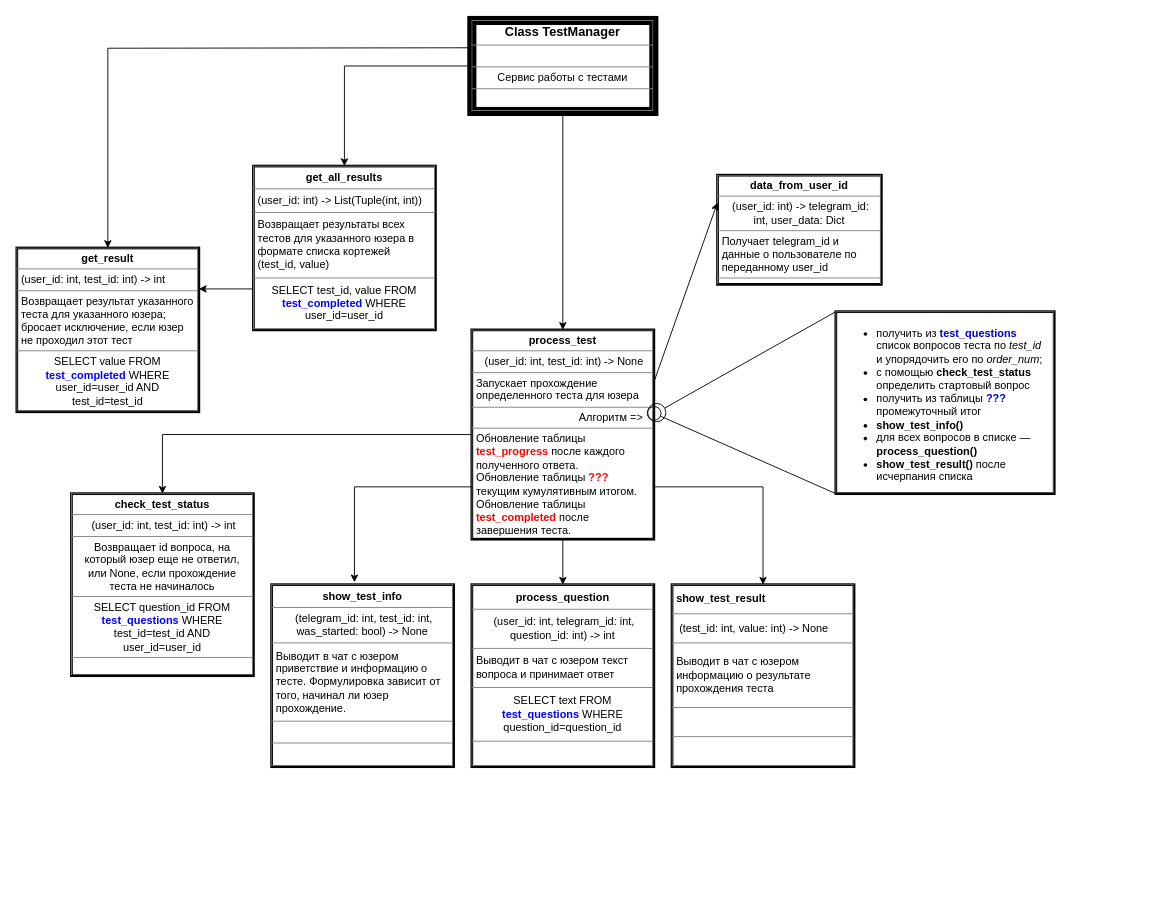
Above: docs/tests-architecture.drawio in Studio-Yandex-Practicum/bmc_companion_bot (draw.io), before the change. Source tidied: cells renumbered, new cells numbered last; positions are measured from the earlier drawing's top-left corner, leaving out a move shared by most shapes. Both pictures are drawn from the tidied source at 91%, with x=0, y=0 at pixel (16, 20).
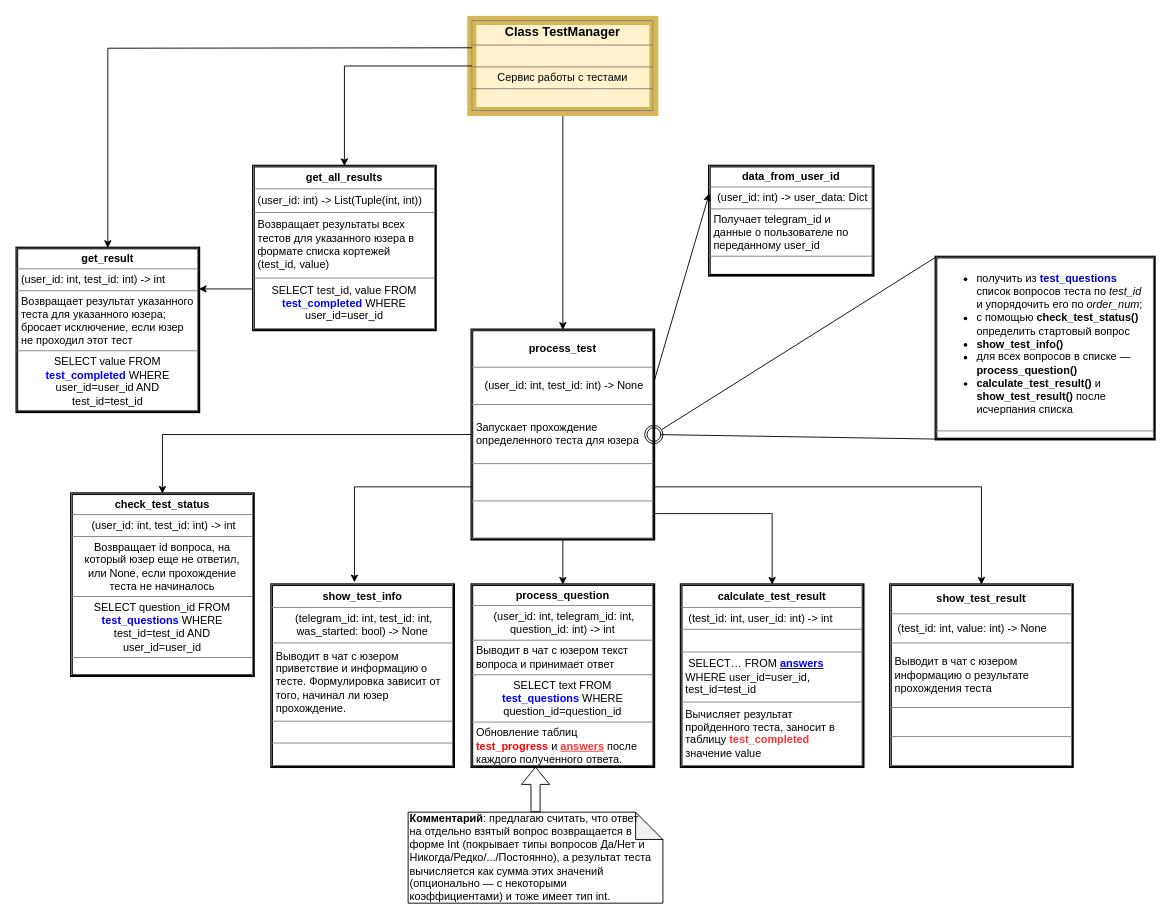
After the change.

Commit message:
docs: обновлен черновик архитектуры сервиса тестов

The edit, as a diff of the source:
```diff
@@
-    <mxCell id="3" value="&lt;table style=&quot;width:100%;height:100%;border-collapse:collapse;&quot; width=&quot;100%&quot; height=&quot;100%&quot; cellpadding=&quot;4&quot; border=&quot;1&quot;&gt;&lt;tbody&gt;&lt;tr&gt;&lt;th align=&quot;center&quot;&gt;data_from_user_id&lt;/th&gt;&lt;/tr&gt;&lt;tr align=&quot;center&quot;&gt;&lt;td&gt;&amp;nbsp;(user_id: int) -&amp;gt; telegram_id: int, user_data: Dict&lt;br&gt;&lt;/td&gt;&lt;/tr&gt;&lt;tr&gt;&lt;td&gt;&lt;div align=&quot;left&quot;&gt;Получает telegram_id и данные о пользователе по переданному user_id&lt;/div&gt;&lt;/td&gt;&lt;/tr&gt;&lt;tr&gt;&lt;td align=&quot;center&quot;&gt;&lt;br&gt;&lt;/td&gt;&lt;/tr&gt;&lt;/tbody&gt;&lt;/table&gt;" style="text;html=1;whiteSpace=wrap;strokeColor=default;fillColor=none;overflow=fill;strokeWidth=3;" parent="1" vertex="1">
-      <mxGeometry x="770" y="170" width="180" height="120" as="geometry" />
+    <mxCell id="3" value="&lt;table style=&quot;width:100%;height:100%;border-collapse:collapse;&quot; width=&quot;100%&quot; height=&quot;100%&quot; cellpadding=&quot;4&quot; border=&quot;1&quot;&gt;&lt;tbody&gt;&lt;tr&gt;&lt;th align=&quot;center&quot;&gt;data_from_user_id&lt;/th&gt;&lt;/tr&gt;&lt;tr align=&quot;center&quot;&gt;&lt;td&gt;&amp;nbsp;(user_id: int) -&amp;gt; user_data: Dict&lt;br&gt;&lt;/td&gt;&lt;/tr&gt;&lt;tr&gt;&lt;td&gt;&lt;div align=&quot;left&quot;&gt;Получает telegram_id и данные о пользователе по переданному user_id&lt;/div&gt;&lt;/td&gt;&lt;/tr&gt;&lt;tr&gt;&lt;td align=&quot;center&quot;&gt;&lt;br&gt;&lt;/td&gt;&lt;/tr&gt;&lt;/tbody&gt;&lt;/table&gt;" style="text;html=1;whiteSpace=wrap;strokeColor=default;fillColor=none;overflow=fill;strokeWidth=3;" parent="1" vertex="1">
+      <mxGeometry x="761" y="160" width="180" height="120" as="geometry" />
     </mxCell>
@@
-    <mxCell id="6" value="&lt;table style=&quot;width:100%;height:100%;border-collapse:collapse;&quot; width=&quot;100%&quot; height=&quot;100%&quot; cellpadding=&quot;4&quot; border=&quot;1&quot;&gt;&lt;tbody&gt;&lt;tr&gt;&lt;th align=&quot;center&quot;&gt;process_question&lt;/th&gt;&lt;/tr&gt;&lt;tr align=&quot;center&quot;&gt;&lt;td&gt;&amp;nbsp;(user_id: int, telegram_id: int, question_id: int) -&amp;gt; int&lt;br&gt;&lt;/td&gt;&lt;/tr&gt;&lt;tr align=&quot;left&quot;&gt;&lt;td&gt;Выводит в чат с юзером текст вопроса и принимает ответ&lt;br&gt;&lt;/td&gt;&lt;/tr&gt;&lt;tr&gt;&lt;td align=&quot;center&quot;&gt;&lt;span lang=&quot;EN-US&quot;&gt;SELECT text FROM &lt;font color=&quot;#0000FF&quot;&gt;&lt;b&gt;test_questions&lt;/b&gt;&lt;/font&gt; WHERE question_id=question_id&lt;br&gt;&lt;/span&gt;&lt;/td&gt;&lt;/tr&gt;&lt;tr&gt;&lt;td&gt;&lt;br&gt;&lt;/td&gt;&lt;/tr&gt;&lt;/tbody&gt;&lt;/table&gt;" style="text;html=1;whiteSpace=wrap;strokeColor=default;fillColor=none;overflow=fill;strokeWidth=3;" parent="1" vertex="1">
+    <mxCell id="6" value="&lt;table style=&quot;width:100%;height:100%;border-collapse:collapse;&quot; width=&quot;100%&quot; height=&quot;100%&quot; cellpadding=&quot;4&quot; border=&quot;1&quot;&gt;&lt;tbody&gt;&lt;tr&gt;&lt;th align=&quot;center&quot;&gt;process_question&lt;/th&gt;&lt;/tr&gt;&lt;tr align=&quot;center&quot;&gt;&lt;td&gt;&amp;nbsp;(user_id: int, telegram_id: int, question_id: int) -&amp;gt; int&lt;br&gt;&lt;/td&gt;&lt;/tr&gt;&lt;tr align=&quot;left&quot;&gt;&lt;td&gt;Выводит в чат с юзером текст вопроса и принимает ответ&lt;br&gt;&lt;/td&gt;&lt;/tr&gt;&lt;tr&gt;&lt;td align=&quot;center&quot;&gt;&lt;span lang=&quot;EN-US&quot;&gt;SELECT text FROM &lt;font color=&quot;#0000FF&quot;&gt;&lt;b&gt;test_questions&lt;/b&gt;&lt;/font&gt; WHERE question_id=question_id&lt;br&gt;&lt;/span&gt;&lt;/td&gt;&lt;/tr&gt;&lt;tr&gt;&lt;td&gt;Обновление таблиц &lt;br&gt;&lt;font color=&quot;#FF0000&quot;&gt;&lt;b&gt;test_progress&lt;/b&gt;&lt;/font&gt; и &lt;font color=&quot;#FF3333&quot;&gt;&lt;b&gt;&lt;u&gt;answers&lt;/u&gt;&lt;/b&gt;&lt;/font&gt; после каждого полученного ответа.&lt;/td&gt;&lt;/tr&gt;&lt;/tbody&gt;&lt;/table&gt;" style="text;html=1;whiteSpace=wrap;strokeColor=default;fillColor=none;overflow=fill;strokeWidth=3;" parent="1" vertex="1">
       <mxGeometry x="500" y="620" width="200" height="200" as="geometry" />
     </mxCell>
@@
-    <mxCell id="10" value="&lt;table style=&quot;width:100%;height:100%;border-collapse:collapse;&quot; width=&quot;100%&quot; height=&quot;100%&quot; cellpadding=&quot;4&quot; border=&quot;1&quot;&gt;&lt;tbody&gt;&lt;tr&gt;&lt;th align=&quot;center&quot;&gt;process_test&lt;/th&gt;&lt;/tr&gt;&lt;tr align=&quot;center&quot;&gt;&lt;td&gt;&amp;nbsp;(user_id: int, test_id: int) -&amp;gt; None&lt;br&gt;&lt;/td&gt;&lt;/tr&gt;&lt;tr align=&quot;left&quot;&gt;&lt;td&gt;Запускает прохождение определенного теста для юзера&lt;br&gt;&lt;/td&gt;&lt;/tr&gt;&lt;tr align=&quot;right&quot;&gt;&lt;td&gt;&lt;span lang=&quot;EN-US&quot;&gt;Алгоритм =&amp;gt;&amp;nbsp;&amp;nbsp; &lt;br&gt;&lt;/span&gt;&lt;/td&gt;&lt;/tr&gt;&lt;tr&gt;&lt;td&gt;Обновление таблицы &lt;font color=&quot;#FF0000&quot;&gt;&lt;b&gt;test_progress&lt;/b&gt;&lt;/font&gt; после каждого полученного ответа.&lt;br&gt;Обновление таблицы &lt;b&gt;&lt;font color=&quot;#FF0000&quot;&gt;???&lt;/font&gt;&lt;/b&gt; текущим кумулятивным итогом.&lt;br&gt;Обновление таблицы &lt;font color=&quot;#FF0000&quot;&gt;&lt;b&gt;test_completed&lt;/b&gt;&lt;/font&gt; после завершения теста. &lt;/td&gt;&lt;/tr&gt;&lt;/tbody&gt;&lt;/table&gt;" style="text;html=1;whiteSpace=wrap;strokeColor=default;fillColor=none;overflow=fill;strokeWidth=3;" parent="1" vertex="1">
+    <mxCell id="10" value="&lt;table style=&quot;width:100%;height:100%;border-collapse:collapse;&quot; width=&quot;100%&quot; height=&quot;100%&quot; cellpadding=&quot;4&quot; border=&quot;1&quot;&gt;&lt;tbody&gt;&lt;tr&gt;&lt;th align=&quot;center&quot;&gt;process_test&lt;/th&gt;&lt;/tr&gt;&lt;tr align=&quot;center&quot;&gt;&lt;td&gt;&amp;nbsp;(user_id: int, test_id: int) -&amp;gt; None&lt;br&gt;&lt;/td&gt;&lt;/tr&gt;&lt;tr align=&quot;left&quot;&gt;&lt;td&gt;Запускает прохождение определенного теста для юзера&lt;br&gt;&lt;/td&gt;&lt;/tr&gt;&lt;tr align=&quot;right&quot;&gt;&lt;td&gt;&lt;span lang=&quot;EN-US&quot;&gt;&amp;nbsp;&amp;nbsp; &lt;br&gt;&lt;/span&gt;&lt;/td&gt;&lt;/tr&gt;&lt;tr&gt;&lt;td&gt;&lt;br&gt;&lt;/td&gt;&lt;/tr&gt;&lt;/tbody&gt;&lt;/table&gt;" style="text;html=1;whiteSpace=wrap;strokeColor=default;fillColor=none;overflow=fill;strokeWidth=3;" parent="1" vertex="1">
       <mxGeometry x="500" y="340" width="200" height="230" as="geometry" />
     </mxCell>
@@
-    <mxCell id="13" value="&lt;table style=&quot;width:100%;height:100%;border-collapse:collapse;&quot; width=&quot;100%&quot; height=&quot;100%&quot; cellpadding=&quot;4&quot; border=&quot;1&quot;&gt;&lt;tbody&gt;&lt;tr&gt;&lt;th align=&quot;center&quot;&gt;&lt;font style=&quot;font-size: 14px;&quot;&gt;Class TestManager&lt;/font&gt;&lt;br&gt;&lt;/th&gt;&lt;/tr&gt;&lt;tr&gt;&lt;td&gt;&lt;br&gt;&lt;/td&gt;&lt;/tr&gt;&lt;tr align=&quot;center&quot;&gt;&lt;td&gt;&lt;span&gt;Сервис работы с тестами&lt;br&gt;&lt;/span&gt;&lt;/td&gt;&lt;/tr&gt;&lt;tr&gt;&lt;td align=&quot;center&quot;&gt;&lt;br&gt;&lt;/td&gt;&lt;/tr&gt;&lt;/tbody&gt;&lt;/table&gt;" style="text;html=1;whiteSpace=wrap;strokeColor=default;fillColor=none;overflow=fill;strokeWidth=10;" parent="1" vertex="1">
+    <mxCell id="13" value="&lt;table style=&quot;width:100%;height:100%;border-collapse:collapse;&quot; width=&quot;100%&quot; height=&quot;100%&quot; cellpadding=&quot;4&quot; border=&quot;1&quot;&gt;&lt;tbody&gt;&lt;tr&gt;&lt;th align=&quot;center&quot;&gt;&lt;font style=&quot;font-size: 14px;&quot;&gt;Class TestManager&lt;/font&gt;&lt;br&gt;&lt;/th&gt;&lt;/tr&gt;&lt;tr&gt;&lt;td&gt;&lt;br&gt;&lt;/td&gt;&lt;/tr&gt;&lt;tr align=&quot;center&quot;&gt;&lt;td&gt;&lt;span&gt;Сервис работы с тестами&lt;br&gt;&lt;/span&gt;&lt;/td&gt;&lt;/tr&gt;&lt;tr&gt;&lt;td align=&quot;center&quot;&gt;&lt;br&gt;&lt;/td&gt;&lt;/tr&gt;&lt;/tbody&gt;&lt;/table&gt;" style="text;html=1;whiteSpace=wrap;overflow=fill;strokeWidth=10;fillColor=#fff2cc;strokeColor=#d6b656;" parent="1" vertex="1">
       <mxGeometry x="500" width="200" height="100" as="geometry" />
     </mxCell>
@@
-    <mxCell id="18" value="&lt;table style=&quot;width:100%;height:100%;border-collapse:collapse;&quot; width=&quot;100%&quot; height=&quot;100%&quot; cellpadding=&quot;4&quot; border=&quot;1&quot;&gt;&lt;tbody&gt;&lt;tr&gt;&lt;th&gt;show_test_result&lt;br&gt;&lt;/th&gt;&lt;/tr&gt;&lt;tr&gt;&lt;td&gt;&amp;nbsp;(test_id: int, value: int) -&amp;gt; None&lt;br&gt;&lt;/td&gt;&lt;/tr&gt;&lt;tr&gt;&lt;td&gt;Выводит в чат с юзером информацию о результате прохождения теста&lt;br&gt;&lt;/td&gt;&lt;/tr&gt;&lt;tr&gt;&lt;td&gt;&lt;span lang=&quot;EN-US&quot;&gt;&lt;br&gt;&lt;/span&gt;&lt;/td&gt;&lt;/tr&gt;&lt;tr&gt;&lt;td&gt;&lt;br&gt;&lt;/td&gt;&lt;/tr&gt;&lt;/tbody&gt;&lt;/table&gt;" style="text;html=1;whiteSpace=wrap;strokeColor=default;fillColor=none;overflow=fill;strokeWidth=3;align=left;" parent="1" vertex="1">
-      <mxGeometry x="720" y="620" width="200" height="200" as="geometry" />
+    <mxCell id="18" value="&lt;table style=&quot;width:100%;height:100%;border-collapse:collapse;&quot; width=&quot;100%&quot; height=&quot;100%&quot; cellpadding=&quot;4&quot; border=&quot;1&quot;&gt;&lt;tbody&gt;&lt;tr align=&quot;center&quot;&gt;&lt;th&gt;show_test_result&lt;br&gt;&lt;/th&gt;&lt;/tr&gt;&lt;tr&gt;&lt;td&gt;&amp;nbsp;(test_id: int, value: int) -&amp;gt; None&lt;br&gt;&lt;/td&gt;&lt;/tr&gt;&lt;tr&gt;&lt;td&gt;Выводит в чат с юзером информацию о результате прохождения теста&lt;br&gt;&lt;/td&gt;&lt;/tr&gt;&lt;tr&gt;&lt;td&gt;&lt;span lang=&quot;EN-US&quot;&gt;&lt;br&gt;&lt;/span&gt;&lt;/td&gt;&lt;/tr&gt;&lt;tr&gt;&lt;td&gt;&lt;br&gt;&lt;/td&gt;&lt;/tr&gt;&lt;/tbody&gt;&lt;/table&gt;" style="text;html=1;whiteSpace=wrap;strokeColor=default;fillColor=none;overflow=fill;strokeWidth=3;align=left;" parent="1" vertex="1">
+      <mxGeometry x="960" y="620" width="200" height="200" as="geometry" />
     </mxCell>
@@
-    <mxCell id="20" value="&lt;table style=&quot;width:100%;height:100%;border-collapse:collapse;&quot; width=&quot;100%&quot; height=&quot;100%&quot; cellpadding=&quot;4&quot; border=&quot;1&quot;&gt;&lt;tbody&gt;&lt;tr align=&quot;left&quot;&gt;&lt;td&gt;&lt;ul&gt;&lt;li&gt;получить из &lt;b&gt;&lt;font color=&quot;#0000CC&quot;&gt;test_questions&lt;/font&gt;&lt;/b&gt; список вопросов теста по &lt;i&gt;test_id&lt;/i&gt; и упорядочить его по &lt;i&gt;order_num&lt;/i&gt;;&lt;/li&gt;&lt;li&gt;c помощью &lt;b&gt;check_test_status&lt;/b&gt; определить стартовый вопрос&lt;/li&gt;&lt;li&gt;получить из таблицы &lt;font color=&quot;#0000CC&quot;&gt;&lt;b&gt;???&lt;/b&gt;&lt;/font&gt; промежуточный итог&lt;br&gt;&lt;/li&gt;&lt;li&gt;&lt;b&gt;show_test_info()&lt;/b&gt;&lt;/li&gt;&lt;li&gt;для всех вопросов в списке — &lt;b&gt;process_question()&lt;/b&gt;&lt;/li&gt;&lt;li&gt;&lt;b&gt;show_test_result()&lt;/b&gt; после исчерпания списка&lt;br&gt;&lt;/li&gt;&lt;/ul&gt;&lt;/td&gt;&lt;/tr&gt;&lt;tr&gt;&lt;td&gt;&lt;div align=&quot;left&quot;&gt;&lt;br&gt;&lt;/div&gt;&lt;div align=&quot;left&quot;&gt;&lt;br&gt;&lt;/div&gt;&lt;/td&gt;&lt;/tr&gt;&lt;/tbody&gt;&lt;/table&gt;" style="text;html=1;whiteSpace=wrap;strokeColor=default;fillColor=none;overflow=fill;strokeWidth=3;" parent="1" vertex="1">
-      <mxGeometry x="900" y="320" width="240" height="200" as="geometry" />
+    <mxCell id="20" value="&lt;table style=&quot;width:100%;height:100%;border-collapse:collapse;&quot; width=&quot;100%&quot; height=&quot;100%&quot; cellpadding=&quot;4&quot; border=&quot;1&quot;&gt;&lt;tbody&gt;&lt;tr align=&quot;left&quot;&gt;&lt;td&gt;&lt;ul&gt;&lt;li&gt;получить из &lt;b&gt;&lt;font color=&quot;#0000CC&quot;&gt;test_questions&lt;/font&gt;&lt;/b&gt; список вопросов теста по &lt;i&gt;test_id&lt;/i&gt; и упорядочить его по &lt;i&gt;order_num&lt;/i&gt;;&lt;/li&gt;&lt;li&gt;c помощью &lt;b&gt;check_test_status()&lt;/b&gt; определить стартовый вопрос&lt;/li&gt;&lt;li&gt;&lt;b&gt;show_test_info()&lt;/b&gt;&lt;/li&gt;&lt;li&gt;для всех вопросов в списке — &lt;b&gt;process_question()&lt;/b&gt;&lt;/li&gt;&lt;li&gt;&lt;b&gt;calculate_test_result() &lt;/b&gt;и&lt;b&gt; show_test_result()&lt;/b&gt; после исчерпания списка&lt;br&gt;&lt;/li&gt;&lt;/ul&gt;&lt;/td&gt;&lt;/tr&gt;&lt;tr&gt;&lt;td&gt;&lt;div align=&quot;left&quot;&gt;&lt;br&gt;&lt;/div&gt;&lt;div align=&quot;left&quot;&gt;&lt;br&gt;&lt;/div&gt;&lt;/td&gt;&lt;/tr&gt;&lt;/tbody&gt;&lt;/table&gt;" style="text;html=1;whiteSpace=wrap;strokeColor=default;fillColor=none;overflow=fill;strokeWidth=3;" parent="1" vertex="1">
+      <mxGeometry x="1010" y="260" width="240" height="200" as="geometry" />
     </mxCell>
-    <mxCell id="21" style="endArrow=none;html=1;rounded=0;fontSize=14;fontColor=#FF0000;entryX=0;entryY=0;entryDx=0;entryDy=0;exitX=1.016;exitY=0.395;exitDx=0;exitDy=0;startArrow=oval;startFill=0;endSize=19;startSize=20;exitPerimeter=0;" parent="1" edge="1" source="10" target="20">
-      <mxGeometry relative="1" as="geometry" />
+    <mxCell id="21" style="endArrow=none;html=1;rounded=0;fontSize=14;fontColor=#FF0000;entryX=0;entryY=0;entryDx=0;entryDy=0;startArrow=oval;startFill=0;endSize=19;startSize=20;" parent="1" edge="1" target="20">
+      <mxGeometry relative="1" as="geometry">
+        <mxPoint x="700" y="455" as="sourcePoint" />
+      </mxGeometry>
     </mxCell>
-    <mxCell id="22" style="endArrow=none;html=1;rounded=0;fontSize=14;fontColor=#FF0000;entryX=0;entryY=1;entryDx=0;entryDy=0;startArrow=oval;startFill=0;startSize=15;exitX=1.002;exitY=0.399;exitDx=0;exitDy=0;exitPerimeter=0;" parent="1" edge="1" source="10" target="20">
+    <mxCell id="22" style="endArrow=none;html=1;rounded=0;fontSize=14;fontColor=#FF0000;entryX=0;entryY=1;entryDx=0;entryDy=0;startArrow=oval;startFill=0;startSize=15;exitX=1;exitY=0.5;exitDx=0;exitDy=0;" parent="1" edge="1" source="10" target="20">
       <mxGeometry relative="1" as="geometry" />
     </mxCell>
+    <mxCell id="23" value="&lt;div align=&quot;left&quot;&gt;&lt;b&gt;Комментарий&lt;/b&gt;: предлагаю считать, что ответ&lt;/div&gt;&lt;div align=&quot;left&quot;&gt;на отдельно взятый вопрос возвращается в форме Int (покрывает типы вопросов Да/Нет и Никогда/Редко/.../Постоянно), а результат теста вычисляется как сумма этих значений (опционально — с некоторыми коэффициентами) и тоже имеет тип int.&lt;br&gt;&lt;/div&gt;" style="shape=note;whiteSpace=wrap;html=1;backgroundOutline=1;darkOpacity=0.05;align=left;" parent="1" vertex="1">
+      <mxGeometry x="430" y="870" width="280" height="100" as="geometry" />
+    </mxCell>
+    <mxCell id="24" value="&lt;table style=&quot;width:100%;height:100%;border-collapse:collapse;&quot; width=&quot;100%&quot; height=&quot;100%&quot; cellpadding=&quot;4&quot; border=&quot;1&quot;&gt;&lt;tbody&gt;&lt;tr align=&quot;center&quot;&gt;&lt;th&gt;calculate_test_result&lt;br&gt;&lt;/th&gt;&lt;/tr&gt;&lt;tr&gt;&lt;td&gt;&amp;nbsp;(test_id: int, user_id: int) -&amp;gt; int&lt;br&gt;&lt;/td&gt;&lt;/tr&gt;&lt;tr&gt;&lt;td&gt;&lt;br&gt;&lt;/td&gt;&lt;/tr&gt;&lt;tr&gt;&lt;td&gt;&amp;nbsp;SELECT… FROM &lt;u&gt;&lt;b&gt;&lt;font color=&quot;#0000FF&quot;&gt;answers&lt;/font&gt;&lt;/b&gt;&lt;/u&gt;&lt;br&gt;WHERE user_id=user_id, test_id=test_id&lt;br&gt;&lt;/td&gt;&lt;/tr&gt;&lt;tr&gt;&lt;td&gt;Вычисляет результат пройденного теста, заносит в таблицу &lt;font color=&quot;#FF3333&quot;&gt;&lt;b&gt;test_completed&lt;/b&gt;&lt;/font&gt; значение value&lt;/td&gt;&lt;/tr&gt;&lt;/tbody&gt;&lt;/table&gt;" style="text;html=1;whiteSpace=wrap;strokeColor=default;fillColor=none;overflow=fill;strokeWidth=3;align=left;" parent="1" vertex="1">
+      <mxGeometry x="730" y="620" width="200" height="200" as="geometry" />
+    </mxCell>
+    <mxCell id="25" style="edgeStyle=orthogonalEdgeStyle;rounded=0;jettySize=auto;html=1;exitX=1;exitY=0.878;exitDx=0;exitDy=0;entryX=0.5;entryY=0;entryDx=0;entryDy=0;fontColor=#FF0000;exitPerimeter=0;" parent="1" edge="1" source="10" target="24">
+      <mxGeometry relative="1" as="geometry" />
+    </mxCell>
+    <mxCell id="26" style="shape=flexArrow;endArrow=classic;html=1;rounded=0;fontColor=#FF3333;entryX=0.35;entryY=1;entryDx=0;entryDy=0;entryPerimeter=0;exitX=0.5;exitY=0;exitDx=0;exitDy=0;exitPerimeter=0;" parent="1" edge="1" source="23" target="6">
+      <mxGeometry relative="1" as="geometry" />
+    </mxCell>
```
